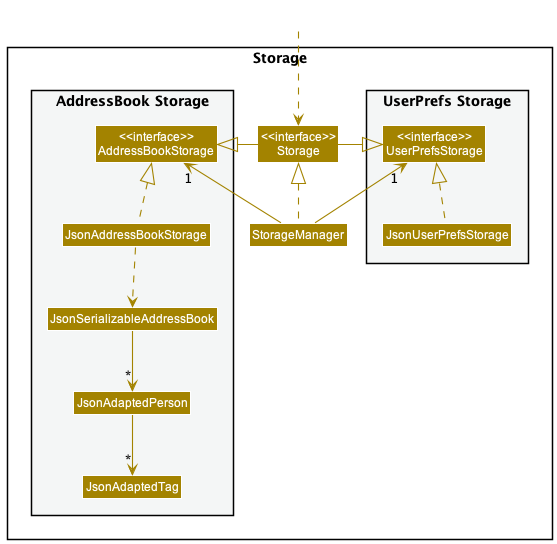
Above: docs/images/StorageClassDiagram.png in nus-cs2103-AY2223S1/tp (PlantUML), before the change.
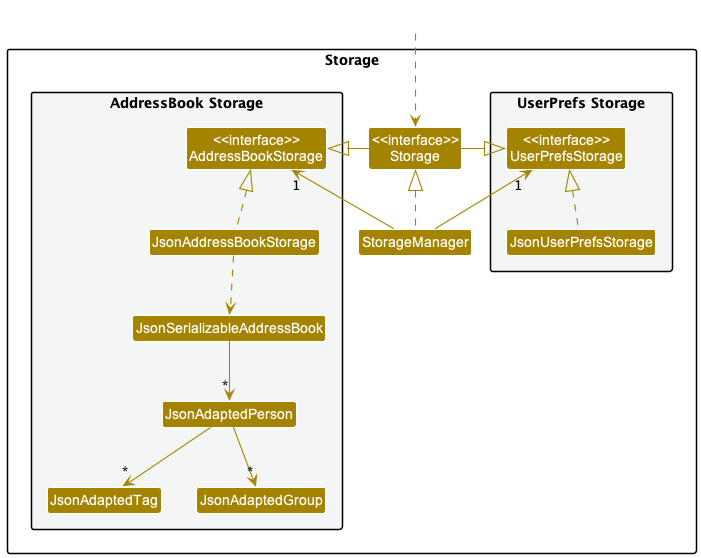
The same file after the commit.

The edit, as a diff of the source:
```diff
@@ -20,6 +20,7 @@
 Class JsonSerializableAddressBook
 Class JsonAdaptedPerson
 Class JsonAdaptedTag
+Class JsonAdaptedGroup
 }
 
 }
@@ -39,5 +40,6 @@
 JsonAddressBookStorage ..> JsonSerializableAddressBook
 JsonSerializableAddressBook --> "*" JsonAdaptedPerson
 JsonAdaptedPerson --> "*" JsonAdaptedTag
+JsonAdaptedPerson --> "*" JsonAdaptedGroup
 
 @enduml
```
